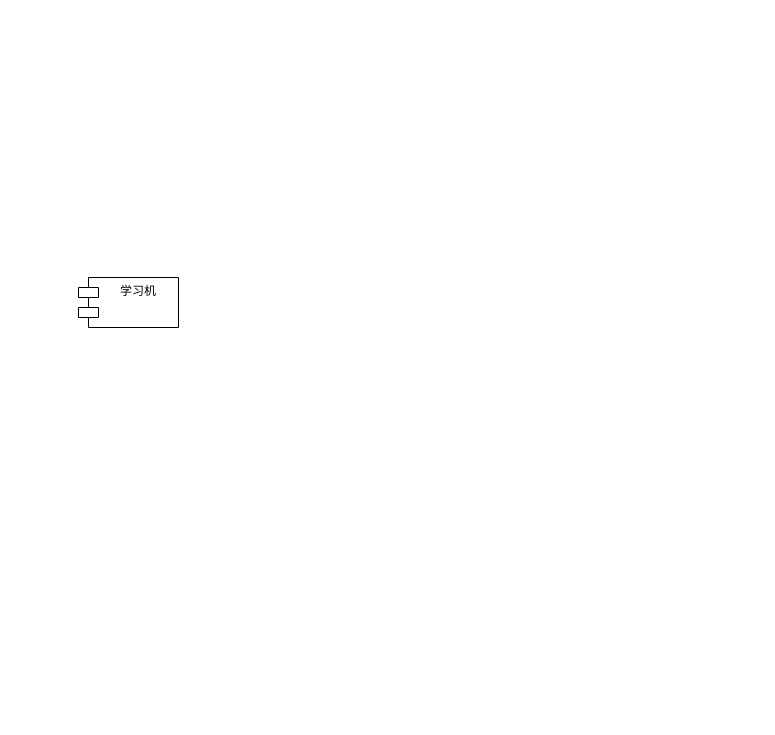
The draw.io diagram 同步学兜底.drawio in Hitooooo/docs-my, before the edit. Source tidied: cells renumbered, new cells numbered last; positions are measured from the earlier drawing's top-left corner, leaving out a move shared by most shapes. Both pictures are drawn from the tidied source at 100%, with x=0, y=0 at pixel (78, 277).
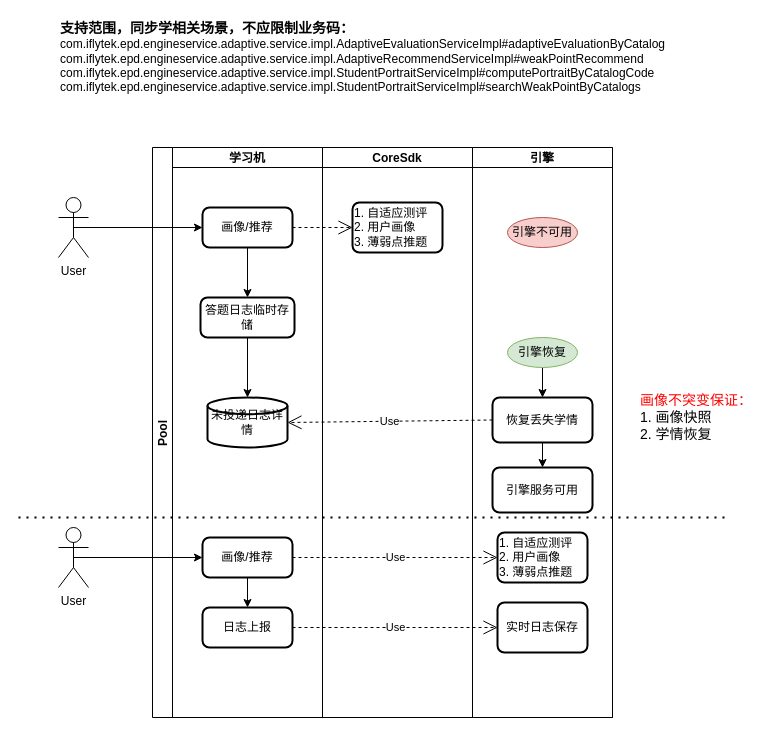
The same diagram, later.

Commit message (it also covers changes not shown here):
更新同步学兜底.drawio

What changed in the source:
```diff
@@
+    <mxCell id="3" value="Pool" style="swimlane;startSize=20;horizontal=0;" parent="1" vertex="1">
+      <mxGeometry x="74" y="-130" width="460" height="570" as="geometry" />
+    </mxCell>
-    <mxCell id="2" value="学习机" style="shape=module;align=left;spacingLeft=20;align=center;verticalAlign=top;" parent="1" vertex="1">
-      <mxGeometry width="100" height="50" as="geometry" />
+    <mxCell id="2" value="学习机" style="swimlane;startSize=20;" parent="3" vertex="1">
+      <mxGeometry x="20" width="150" height="570" as="geometry" />
     </mxCell>
+    <mxCell id="4" style="edgeStyle=orthogonalEdgeStyle;rounded=0;jettySize=auto;html=1;exitX=0.5;exitY=1;exitDx=0;exitDy=0;fontFamily=Helvetica;" parent="2" edge="1" source="5" target="7">
+      <mxGeometry relative="1" as="geometry" />
+    </mxCell>
+    <mxCell id="5" value="画像/推荐" style="rounded=1;whiteSpace=wrap;html=1;absoluteArcSize=1;arcSize=14;strokeWidth=2;" parent="2" vertex="1">
+      <mxGeometry x="30" y="60" width="90" height="40" as="geometry" />
+    </mxCell>
+    <mxCell id="6" style="edgeStyle=orthogonalEdgeStyle;rounded=0;jettySize=auto;html=1;exitX=0.5;exitY=1;exitDx=0;exitDy=0;entryX=0.5;entryY=0;entryDx=0;entryDy=0;entryPerimeter=0;fontFamily=Helvetica;" parent="2" edge="1" source="7" target="8">
+      <mxGeometry relative="1" as="geometry" />
+    </mxCell>
+    <mxCell id="7" value="答题日志临时存储" style="rounded=1;whiteSpace=wrap;html=1;absoluteArcSize=1;arcSize=14;strokeWidth=2;fontFamily=Helvetica;" parent="2" vertex="1">
+      <mxGeometry x="28" y="150" width="94" height="40" as="geometry" />
+    </mxCell>
+    <mxCell id="8" value="未投递日志详情" style="strokeWidth=2;html=1;shape=mxgraph.flowchart.database;whiteSpace=wrap;fontFamily=Helvetica;" parent="2" vertex="1">
+      <mxGeometry x="35" y="250" width="80" height="50" as="geometry" />
+    </mxCell>
+    <mxCell id="9" style="edgeStyle=orthogonalEdgeStyle;rounded=0;jettySize=auto;html=1;exitX=0.5;exitY=1;exitDx=0;exitDy=0;entryX=0.5;entryY=0;entryDx=0;entryDy=0;fontFamily=Helvetica;" parent="2" edge="1" source="10" target="11">
+      <mxGeometry relative="1" as="geometry" />
+    </mxCell>
+    <mxCell id="10" value="画像/推荐" style="rounded=1;whiteSpace=wrap;html=1;absoluteArcSize=1;arcSize=14;strokeWidth=2;" parent="2" vertex="1">
+      <mxGeometry x="30" y="390" width="90" height="40" as="geometry" />
+    </mxCell>
+    <mxCell id="11" value="日志上报" style="rounded=1;whiteSpace=wrap;html=1;absoluteArcSize=1;arcSize=14;strokeWidth=2;" parent="2" vertex="1">
+      <mxGeometry x="30" y="460" width="90" height="40" as="geometry" />
+    </mxCell>
+    <mxCell id="12" value="CoreSdk" style="swimlane;startSize=20;" parent="3" vertex="1">
+      <mxGeometry x="170" width="150" height="570" as="geometry" />
+    </mxCell>
+    <mxCell id="13" value="&lt;span&gt;1. 自适应测评&lt;/span&gt;&lt;br&gt;&lt;span&gt;2. 用户画像&lt;/span&gt;&lt;br&gt;&lt;span&gt;3. 薄弱点推题&lt;/span&gt;" style="rounded=1;whiteSpace=wrap;html=1;absoluteArcSize=1;arcSize=14;strokeWidth=2;align=left;" parent="12" vertex="1">
+      <mxGeometry x="30" y="55" width="90" height="50" as="geometry" />
+    </mxCell>
+    <mxCell id="14" value="引擎" style="swimlane;startSize=20;" parent="3" vertex="1">
+      <mxGeometry x="320" width="140" height="570" as="geometry" />
+    </mxCell>
+    <mxCell id="15" value="引擎不可用" style="strokeWidth=1;html=1;shape=mxgraph.flowchart.start_1;whiteSpace=wrap;fillColor=#f8cecc;strokeColor=#b85450;" parent="14" vertex="1">
+      <mxGeometry x="35" y="70" width="70" height="30" as="geometry" />
+    </mxCell>
+    <mxCell id="16" style="edgeStyle=orthogonalEdgeStyle;rounded=0;jettySize=auto;html=1;exitX=0.5;exitY=1;exitDx=0;exitDy=0;exitPerimeter=0;entryX=0.5;entryY=0;entryDx=0;entryDy=0;fontFamily=Helvetica;" parent="14" edge="1" source="17" target="19">
+      <mxGeometry relative="1" as="geometry" />
+    </mxCell>
+    <mxCell id="17" value="引擎恢复" style="strokeWidth=1;html=1;shape=mxgraph.flowchart.start_1;whiteSpace=wrap;fillColor=#d5e8d4;strokeColor=#82b366;" parent="14" vertex="1">
+      <mxGeometry x="35" y="190" width="70" height="30" as="geometry" />
+    </mxCell>
+    <mxCell id="18" style="edgeStyle=orthogonalEdgeStyle;rounded=0;jettySize=auto;html=1;exitX=0.5;exitY=1;exitDx=0;exitDy=0;entryX=0.5;entryY=0;entryDx=0;entryDy=0;fontFamily=Helvetica;" parent="14" edge="1" source="19" target="20">
+      <mxGeometry relative="1" as="geometry" />
+    </mxCell>
+    <mxCell id="19" value="恢复丢失学情" style="rounded=1;whiteSpace=wrap;html=1;absoluteArcSize=1;arcSize=14;strokeWidth=2;fontFamily=Helvetica;" parent="14" vertex="1">
+      <mxGeometry x="20" y="250" width="100" height="45" as="geometry" />
+    </mxCell>
+    <mxCell id="20" value="引擎服务可用" style="rounded=1;whiteSpace=wrap;html=1;absoluteArcSize=1;arcSize=14;strokeWidth=2;fontFamily=Helvetica;" parent="14" vertex="1">
+      <mxGeometry x="20" y="320" width="100" height="45" as="geometry" />
+    </mxCell>
+    <mxCell id="21" value="&lt;span&gt;1. 自适应测评&lt;/span&gt;&lt;br&gt;&lt;span&gt;2. 用户画像&lt;/span&gt;&lt;br&gt;&lt;span&gt;3. 薄弱点推题&lt;/span&gt;" style="rounded=1;whiteSpace=wrap;html=1;absoluteArcSize=1;arcSize=14;strokeWidth=2;align=left;" parent="14" vertex="1">
+      <mxGeometry x="25" y="385" width="90" height="50" as="geometry" />
+    </mxCell>
+    <mxCell id="22" value="实时日志保存" style="rounded=1;whiteSpace=wrap;html=1;absoluteArcSize=1;arcSize=14;strokeWidth=2;fontFamily=Helvetica;" parent="14" vertex="1">
+      <mxGeometry x="25" y="455" width="90" height="50" as="geometry" />
+    </mxCell>
+    <mxCell id="23" style="endArrow=open;endSize=12;dashed=1;html=1;rounded=0;fontFamily=Helvetica;exitX=1;exitY=0.5;exitDx=0;exitDy=0;entryX=0;entryY=0.5;entryDx=0;entryDy=0;" parent="3" edge="1" source="5" target="13">
+      <mxGeometry relative="1" as="geometry" />
+    </mxCell>
+    <mxCell id="24" value="Use" style="endArrow=open;endSize=12;dashed=1;html=1;rounded=0;fontFamily=Helvetica;exitX=0;exitY=0.5;exitDx=0;exitDy=0;entryX=1;entryY=0.5;entryDx=0;entryDy=0;entryPerimeter=0;" parent="3" edge="1" source="19" target="8">
+      <mxGeometry relative="1" as="geometry" />
+    </mxCell>
+    <mxCell id="25" value="Use" style="endArrow=open;endSize=12;dashed=1;html=1;rounded=0;fontFamily=Helvetica;exitX=1;exitY=0.5;exitDx=0;exitDy=0;entryX=0;entryY=0.5;entryDx=0;entryDy=0;" parent="3" edge="1" source="10" target="21">
+      <mxGeometry relative="1" as="geometry" />
+    </mxCell>
+    <mxCell id="26" value="Use" style="endArrow=open;endSize=12;dashed=1;html=1;rounded=0;fontFamily=Helvetica;exitX=1;exitY=0.5;exitDx=0;exitDy=0;entryX=0;entryY=0.5;entryDx=0;entryDy=0;" parent="3" edge="1" source="11" target="22">
+      <mxGeometry relative="1" as="geometry" />
+    </mxCell>
+    <mxCell id="27" style="edgeStyle=orthogonalEdgeStyle;rounded=0;jettySize=auto;html=1;exitX=0.5;exitY=0.5;exitDx=0;exitDy=0;exitPerimeter=0;entryX=0;entryY=0.5;entryDx=0;entryDy=0;fontFamily=Helvetica;" parent="1" edge="1" source="28" target="5">
+      <mxGeometry relative="1" as="geometry" />
+    </mxCell>
+    <mxCell id="28" value="User" style="shape=umlActor;verticalLabelPosition=bottom;verticalAlign=top;html=1;outlineConnect=0;strokeWidth=1;" parent="1" vertex="1">
+      <mxGeometry x="-20" y="-80" width="30" height="60" as="geometry" />
+    </mxCell>
+    <mxCell id="29" style="edgeStyle=orthogonalEdgeStyle;rounded=0;jettySize=auto;html=1;exitX=0.5;exitY=0.5;exitDx=0;exitDy=0;exitPerimeter=0;entryX=0;entryY=0.5;entryDx=0;entryDy=0;fontFamily=Helvetica;" parent="1" edge="1" source="30" target="10">
+      <mxGeometry relative="1" as="geometry" />
+    </mxCell>
+    <mxCell id="30" value="User" style="shape=umlActor;verticalLabelPosition=bottom;verticalAlign=top;html=1;outlineConnect=0;strokeWidth=1;" parent="1" vertex="1">
+      <mxGeometry x="-20" y="250" width="30" height="60" as="geometry" />
+    </mxCell>
+    <mxCell id="31" style="endArrow=none;dashed=1;html=1;dashPattern=1 3;strokeWidth=2;rounded=0;fontFamily=Helvetica;" parent="1" edge="1">
+      <mxGeometry relative="1" as="geometry">
+        <mxPoint x="-60" y="240" as="sourcePoint" />
+        <mxPoint x="650" y="240" as="targetPoint" />
+      </mxGeometry>
+    </mxCell>
+    <mxCell id="32" value="&lt;b&gt;&lt;font style=&quot;font-size: 14px&quot;&gt;支持范围，同步学相关场景，不应限制业务码：&lt;/font&gt;&lt;/b&gt;&lt;br&gt;com.iflytek.epd.engineservice.adaptive.service.impl.AdaptiveEvaluationServiceImpl#adaptiveEvaluationByCatalog&lt;br&gt;com.iflytek.epd.engineservice.adaptive.service.impl.AdaptiveRecommendServiceImpl#weakPointRecommend&lt;br&gt;com.iflytek.epd.engineservice.adaptive.service.impl.StudentPortraitServiceImpl#computePortraitByCatalogCode&lt;br&gt;com.iflytek.epd.engineservice.adaptive.service.impl.StudentPortraitServiceImpl#searchWeakPointByCatalogs" style="text;html=1;strokeColor=none;fillColor=none;align=left;verticalAlign=middle;whiteSpace=wrap;rounded=0;fontFamily=Helvetica;" parent="1" vertex="1">
+      <mxGeometry x="-20" y="-260" width="616" height="80" as="geometry" />
+    </mxCell>
+    <mxCell id="33" value="&lt;font color=&quot;#ff0000&quot;&gt;画像不突变保证：&lt;br&gt;&lt;/font&gt;1. 画像快照&lt;br&gt;2. 学情恢复" style="text;html=1;strokeColor=none;fillColor=none;align=left;verticalAlign=middle;whiteSpace=wrap;rounded=0;fontFamily=Helvetica;fontSize=14;" parent="1" vertex="1">
+      <mxGeometry x="560" y="110" width="120" height="60" as="geometry" />
+    </mxCell>
```
